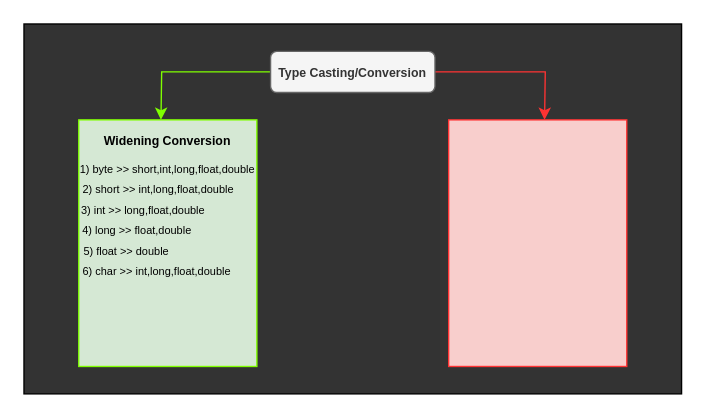
Above: TypeCasting.drawio in PavanKoppana/blueprints (draw.io), before the change. Source tidied: cells renumbered, new cells numbered last; positions are measured from the earlier drawing's top-left corner, leaving out a move shared by most shapes. Both pictures are drawn from the tidied source at 137%, with x=0, y=0 at pixel (23, 23).
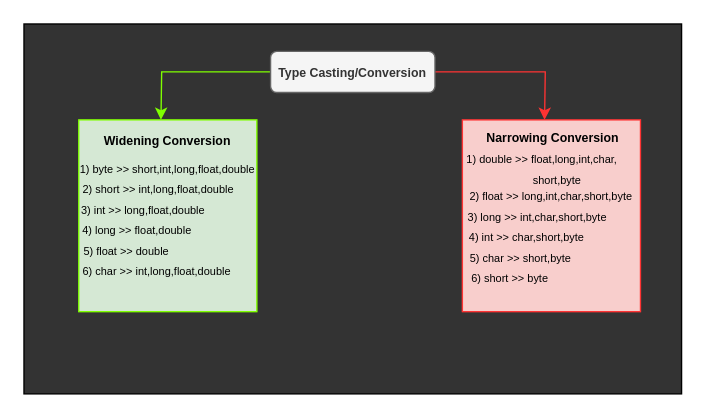
After the change.

Change to the diagram source:
```diff
@@
     <mxCell id="3" style="rounded=0;whiteSpace=wrap;html=1;fillColor=#d5e8d4;strokeColor=#80FF00;" parent="1" vertex="1">
-      <mxGeometry x="40" y="70" width="130" height="180" as="geometry" />
+      <mxGeometry x="40" y="70" width="130" height="140" as="geometry" />
     </mxCell>
-    <mxCell id="4" style="rounded=0;whiteSpace=wrap;html=1;fillColor=#f8cecc;strokeColor=#FF3333;" parent="1" vertex="1">
-      <mxGeometry x="310" y="70" width="130" height="180" as="geometry" />
+    <mxCell id="4" value="&lt;b&gt;&lt;font style=&quot;font-size: 9px;&quot;&gt;&amp;nbsp;Narrowing Conversion&lt;br&gt;&lt;br&gt;&lt;br&gt;&lt;br&gt;&lt;br&gt;&lt;br&gt;&lt;br&gt;&lt;br&gt;&lt;br&gt;&lt;/font&gt;&lt;/b&gt;" style="rounded=0;whiteSpace=wrap;html=1;fillColor=#f8cecc;strokeColor=#FF3333;" parent="1" vertex="1">
+      <mxGeometry x="320" y="70" width="130" height="140" as="geometry" />
     </mxCell>
@@
+    <mxCell id="15" value="&lt;font style=&quot;font-size: 8px;&quot;&gt;&amp;nbsp; &amp;nbsp;1) double &amp;gt;&amp;gt; float,long,int,char,&lt;br&gt;&amp;nbsp; &amp;nbsp; &amp;nbsp; &amp;nbsp; &amp;nbsp; &amp;nbsp; &amp;nbsp;short,byte&lt;/font&gt;" style="text;html=1;align=center;verticalAlign=middle;whiteSpace=wrap;rounded=0;" parent="1" vertex="1">
+      <mxGeometry x="290" y="90" width="170" height="30" as="geometry" />
+    </mxCell>
+    <mxCell id="16" value="&lt;font style=&quot;font-size: 8px;&quot;&gt;2) float &amp;gt;&amp;gt; long,int,char,short,byte&lt;/font&gt;" style="text;html=1;align=center;verticalAlign=middle;whiteSpace=wrap;rounded=0;" parent="1" vertex="1">
+      <mxGeometry x="300" y="110" width="170" height="30" as="geometry" />
+    </mxCell>
+    <mxCell id="17" value="&lt;font style=&quot;font-size: 8px;&quot;&gt;3) long &amp;gt;&amp;gt; int,char,short,byte&lt;/font&gt;" style="text;html=1;align=center;verticalAlign=middle;whiteSpace=wrap;rounded=0;" parent="1" vertex="1">
+      <mxGeometry x="290" y="125" width="170" height="30" as="geometry" />
+    </mxCell>
+    <mxCell id="18" value="&lt;font style=&quot;font-size: 8px;&quot;&gt;&amp;nbsp; 4) int &amp;gt;&amp;gt; char,short,byte&lt;/font&gt;" style="text;html=1;align=center;verticalAlign=middle;whiteSpace=wrap;rounded=0;" parent="1" vertex="1">
+      <mxGeometry x="280" y="140" width="170" height="30" as="geometry" />
+    </mxCell>
+    <mxCell id="19" value="&lt;font style=&quot;font-size: 8px;&quot;&gt;&amp;nbsp; &amp;nbsp; &amp;nbsp; &amp;nbsp;5) char &amp;gt;&amp;gt; short,byte&lt;/font&gt;" style="text;html=1;align=center;verticalAlign=middle;whiteSpace=wrap;rounded=0;" parent="1" vertex="1">
+      <mxGeometry x="270" y="155" width="170" height="30" as="geometry" />
+    </mxCell>
+    <mxCell id="20" value="&lt;font style=&quot;font-size: 8px;&quot;&gt;&amp;nbsp; &amp;nbsp; &amp;nbsp; &amp;nbsp; &amp;nbsp;6) short &amp;gt;&amp;gt; byte&lt;/font&gt;" style="text;html=1;align=center;verticalAlign=middle;whiteSpace=wrap;rounded=0;" parent="1" vertex="1">
+      <mxGeometry x="260" y="170" width="170" height="30" as="geometry" />
+    </mxCell>
```
